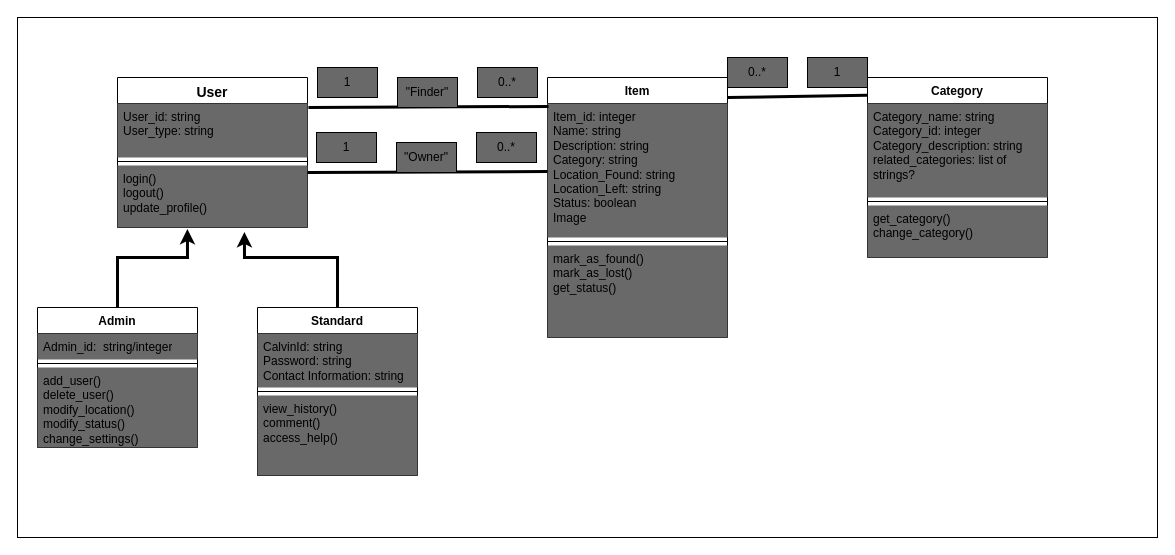
calvin-cs262-fall2023-teamA/project keeps this draw.io diagram as images/DomainModel.drawio. Above is the earlier version. Source tidied: cells renumbered, new cells numbered last; positions are measured from the earlier drawing's top-left corner, leaving out a move shared by most shapes. Both pictures are drawn from the tidied source at 100%, with x=0, y=0 at pixel (17, 17).
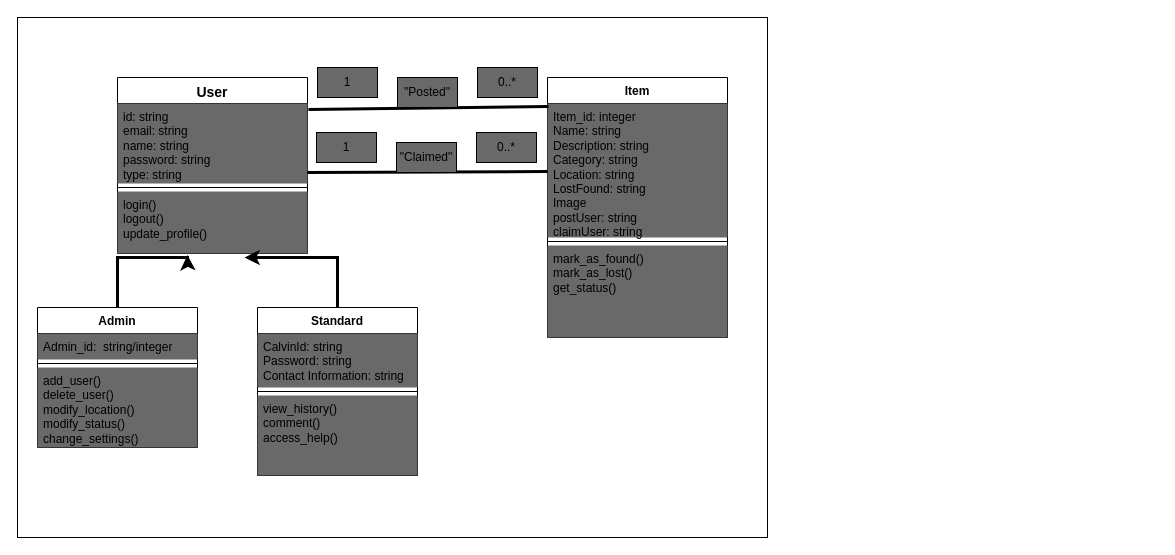
The same diagram, later.

Commit message (it also covers changes not shown here):
update domain model for Deliverable 3

Unchanged cells that the change refers to:
```xml
<mxCell id="7" value="Item" style="swimlane;fontStyle=1;align=center;verticalAlign=top;horizontal=1;startSize=26;whiteSpace=wrap;html=1;" parent="1" vertex="1">
  <mxGeometry x="530" y="60" width="180" height="260" as="geometry" />
</mxCell>
```

What changed in the source:
```diff
@@
     <mxCell id="2" style="rounded=0;whiteSpace=wrap;html=1;" parent="1" vertex="1">
-      <mxGeometry width="1140" height="520" as="geometry" />
+      <mxGeometry width="750" height="520" as="geometry" />
     </mxCell>
     <mxCell id="3" value="&lt;font style=&quot;font-size: 14px;&quot;&gt;User&lt;/font&gt;" style="swimlane;fontStyle=1;align=center;verticalAlign=top;horizontal=1;startSize=26;whiteSpace=wrap;html=1;" parent="1" vertex="1">
-      <mxGeometry x="100" y="60" width="190" height="150" as="geometry" />
+      <mxGeometry x="100" y="60" width="190" height="176" as="geometry" />
     </mxCell>
-    <mxCell id="4" value="User_id: string&lt;br&gt;User_type: string&lt;br&gt;" style="text;strokeColor=none;fillColor=#696969;align=left;verticalAlign=top;spacingLeft=4;spacingRight=4;overflow=hidden;points=[[0,0.5],[1,0.5]];portConstraint=eastwest;whiteSpace=wrap;html=1;" parent="3" vertex="1">
-      <mxGeometry y="26" width="190" height="54" as="geometry" />
+    <mxCell id="4" value="id: string&lt;br&gt;email: string&lt;br&gt;name: string&lt;br&gt;password: string&lt;br&gt;type: string" style="text;strokeColor=none;fillColor=#696969;align=left;verticalAlign=top;spacingLeft=4;spacingRight=4;overflow=hidden;points=[[0,0.5],[1,0.5]];portConstraint=eastwest;whiteSpace=wrap;html=1;" parent="3" vertex="1">
+      <mxGeometry y="26" width="190" height="80" as="geometry" />
     </mxCell>
     <mxCell id="5" style="line;strokeWidth=1;fillColor=none;align=left;verticalAlign=middle;spacingTop=-1;spacingLeft=3;spacingRight=3;labelPosition=right;strokeColor=inherit;" parent="3" vertex="1">
-      <mxGeometry y="80" width="190" height="8" as="geometry" />
+      <mxGeometry y="106" width="190" height="8" as="geometry" />
     </mxCell>
     <mxCell id="6" value="login()&lt;br&gt;logout()&lt;br&gt;update_profile()" style="text;strokeColor=none;fillColor=#696969;align=left;verticalAlign=top;spacingLeft=4;spacingRight=4;overflow=hidden;points=[[0,0.5],[1,0.5]];portConstraint=eastwest;whiteSpace=wrap;html=1;" parent="3" vertex="1">
-      <mxGeometry y="88" width="190" height="62" as="geometry" />
+      <mxGeometry y="114" width="190" height="62" as="geometry" />
     </mxCell>
@@
-    <mxCell id="8" value="Item_id: integer&lt;br&gt;Name: string&lt;br&gt;Description: string&lt;br&gt;Category: string&lt;br&gt;Location_Found: string&lt;br&gt;Location_Left: string&lt;br&gt;Status: boolean&lt;br&gt;Image" style="text;strokeColor=none;fillColor=#696969;align=left;verticalAlign=top;spacingLeft=4;spacingRight=4;overflow=hidden;points=[[0,0.5],[1,0.5]];portConstraint=eastwest;whiteSpace=wrap;html=1;" parent="7" vertex="1">
+    <mxCell id="8" value="Item_id: integer&lt;br&gt;Name: string&lt;br&gt;Description: string&lt;br&gt;Category: string&lt;br&gt;Location: string&lt;br&gt;LostFound: string&lt;br&gt;Image&lt;br&gt;postUser: string&lt;br&gt;claimUser: string" style="text;strokeColor=none;fillColor=#696969;align=left;verticalAlign=top;spacingLeft=4;spacingRight=4;overflow=hidden;points=[[0,0.5],[1,0.5]];portConstraint=eastwest;whiteSpace=wrap;html=1;" parent="7" vertex="1">
       <mxGeometry y="26" width="180" height="134" as="geometry" />
     </mxCell>
@@
-    <mxCell id="21" value="Category" style="swimlane;fontStyle=1;align=center;verticalAlign=top;horizontal=1;startSize=26;whiteSpace=wrap;html=1;" parent="1" vertex="1">
-      <mxGeometry x="850" y="60" width="180" height="180" as="geometry" />
-    </mxCell>
-    <mxCell id="22" value="Category_name: string&lt;br&gt;Category_id: integer&lt;br&gt;Category_description: string&lt;br&gt;related_categories: list of strings?" style="text;strokeColor=none;fillColor=#696969;align=left;verticalAlign=top;spacingLeft=4;spacingRight=4;overflow=hidden;whiteSpace=wrap;html=1;" parent="21" vertex="1">
-      <mxGeometry y="26" width="180" height="94" as="geometry" />
-    </mxCell>
-    <mxCell id="23" style="line;strokeWidth=1;fillColor=none;align=left;verticalAlign=middle;spacingTop=-1;spacingLeft=3;spacingRight=3;labelPosition=right;strokeColor=inherit;" parent="21" vertex="1">
-      <mxGeometry y="120" width="180" height="8" as="geometry" />
-    </mxCell>
-    <mxCell id="24" value="get_category()&lt;br&gt;change_category()" style="text;strokeColor=none;fillColor=#696969;align=left;verticalAlign=top;spacingLeft=4;spacingRight=4;overflow=hidden;whiteSpace=wrap;html=1;" parent="21" vertex="1">
-      <mxGeometry y="128" width="180" height="52" as="geometry" />
-    </mxCell>
-    <mxCell id="25" style="endArrow=none;html=1;rounded=0;entryX=-0.002;entryY=0.099;entryDx=0;entryDy=0;entryPerimeter=0;labelBorderColor=none;shadow=0;strokeWidth=3;" parent="1" edge="1" target="21">
-      <mxGeometry relative="1" as="geometry">
-        <mxPoint x="710" y="80" as="sourcePoint" />
-      </mxGeometry>
-    </mxCell>
-    <mxCell id="26" value="1" style="text;html=1;strokeColor=#000000;fillColor=#696969;align=center;verticalAlign=middle;whiteSpace=wrap;rounded=0;" parent="1" vertex="1">
-      <mxGeometry x="790" y="40" width="60" height="30" as="geometry" />
-    </mxCell>
-    <mxCell id="27" value="0..*" style="text;html=1;strokeColor=#000000;fillColor=#696969;align=center;verticalAlign=middle;whiteSpace=wrap;rounded=0;" parent="1" vertex="1">
-      <mxGeometry x="710" y="40" width="60" height="30" as="geometry" />
-    </mxCell>
@@
-    <mxCell id="31" value="&quot;Finder&quot;" style="text;html=1;strokeColor=#000000;fillColor=#696969;align=center;verticalAlign=middle;whiteSpace=wrap;rounded=0;" parent="1" vertex="1">
+    <mxCell id="31" value="&quot;Posted&quot;" style="text;html=1;strokeColor=#000000;fillColor=#696969;align=center;verticalAlign=middle;whiteSpace=wrap;rounded=0;" parent="1" vertex="1">
       <mxGeometry x="380" y="60" width="60" height="30" as="geometry" />
     </mxCell>
@@
-    <mxCell id="35" value="&quot;Owner&quot;" style="text;html=1;strokeColor=#000000;fillColor=#696969;align=center;verticalAlign=middle;whiteSpace=wrap;rounded=0;" parent="1" vertex="1">
+    <mxCell id="35" value="&quot;Claimed&quot;" style="text;html=1;strokeColor=#000000;fillColor=#696969;align=center;verticalAlign=middle;whiteSpace=wrap;rounded=0;" parent="1" vertex="1">
       <mxGeometry x="379" y="125" width="60" height="30" as="geometry" />
     </mxCell>
```
